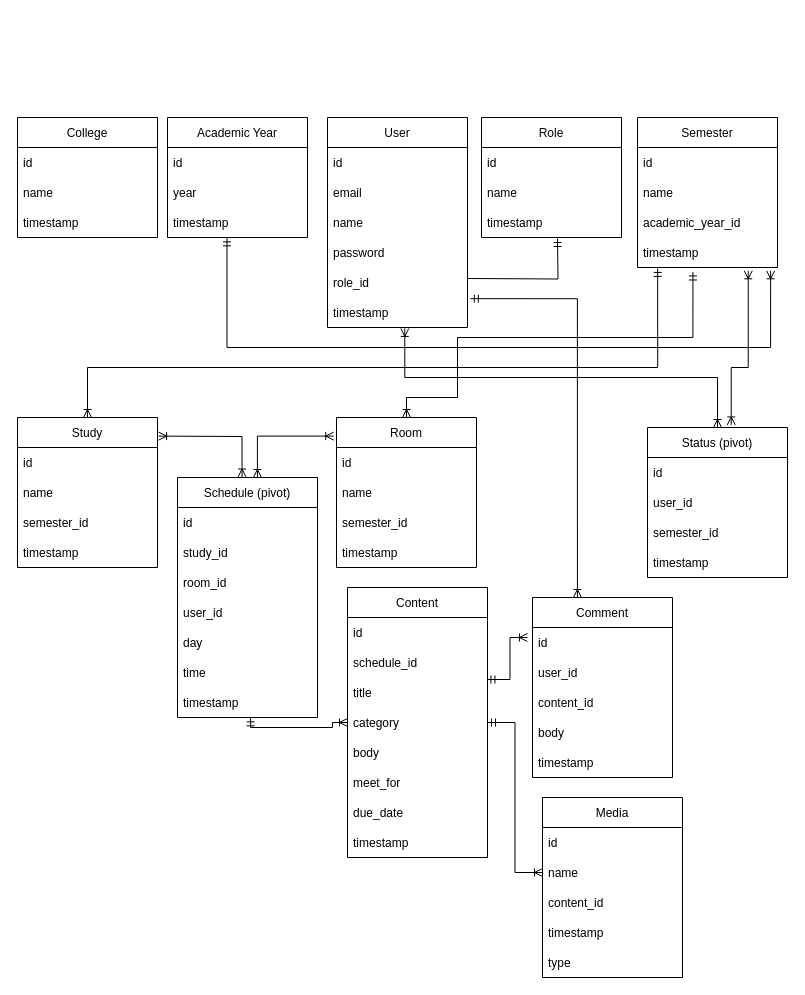
Above: uml/class diagram.drawio in fanboykun/neonroom (draw.io), before the change. Source tidied: cells renumbered, new cells numbered last; positions are measured from the earlier drawing's top-left corner, leaving out a move shared by most shapes. Both pictures are drawn from the tidied source at 100%, with x=0, y=0 at pixel (17, 117).
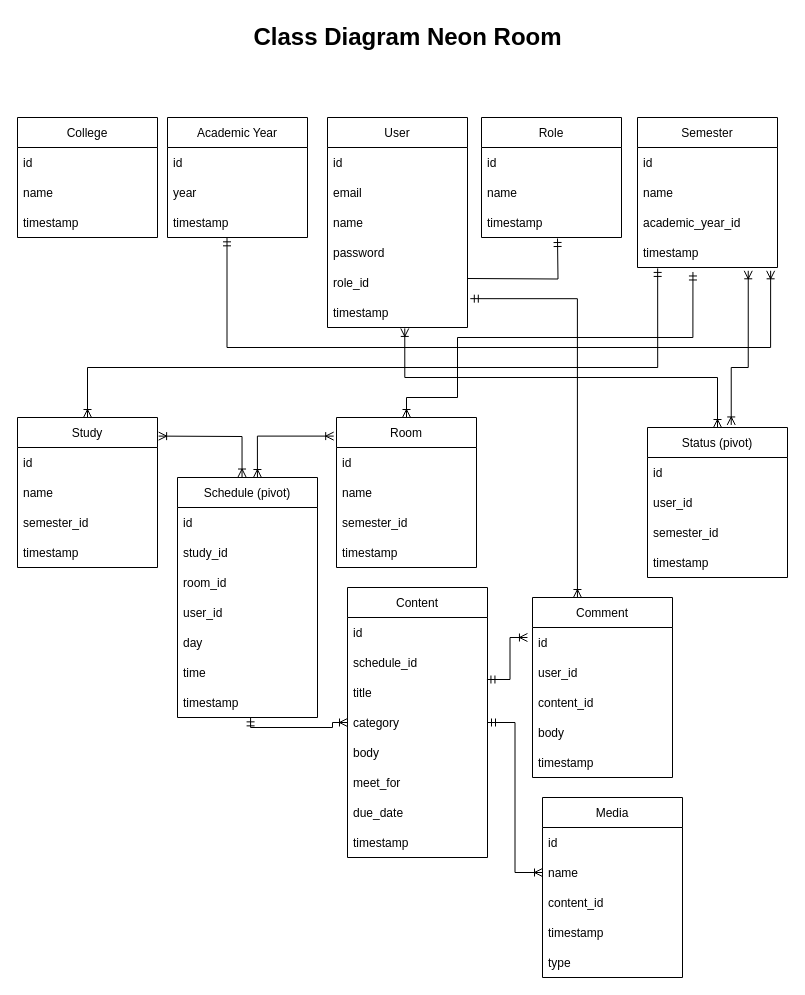
The same page after the edit.

What changed in the source:
```diff
@@
+    <mxCell id="82" value="Class Diagram Neon Room" style="text;strokeColor=none;fillColor=none;html=1;fontSize=24;fontStyle=1;verticalAlign=middle;align=center;" parent="1" vertex="1">
+      <mxGeometry x="319" y="-100" width="142" height="40" as="geometry" />
+    </mxCell>
```
